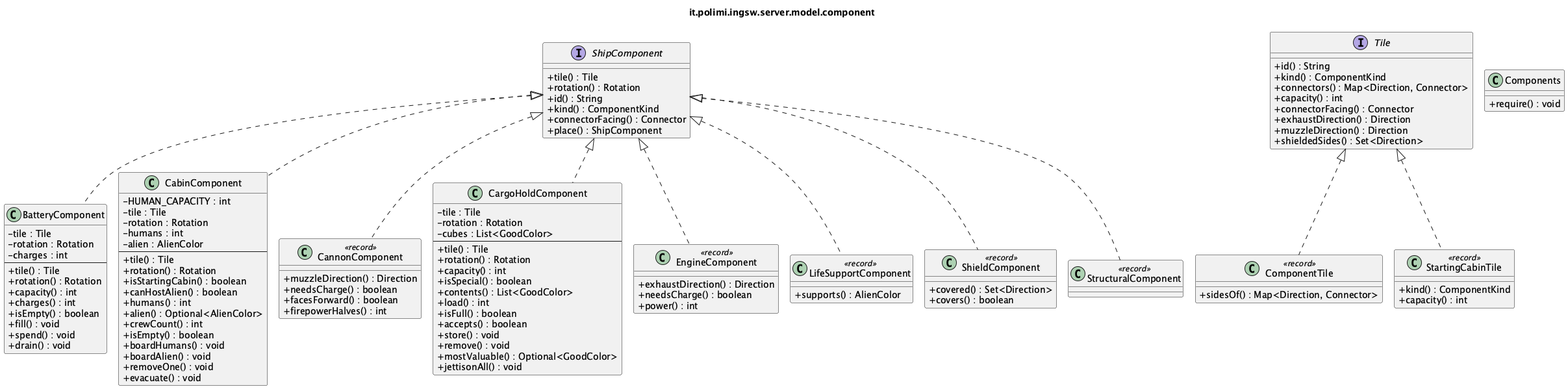
samuelesegrini/ing-sw-2025-segrini-terribile-varricchio-zanca keeps this PlantUML diagram as docs/uml/detailed/it_polimi_ingsw_server_model_component.png. Above is the earlier version. Source of this version:
```plantuml
@startuml it_polimi_ingsw_server_model_component
!pragma layout smetana
skinparam shadowing false
skinparam classAttributeIconSize 0
title it.polimi.ingsw.server.model.component

class BatteryComponent {
  -tile : Tile
  -rotation : Rotation
  -charges : int
  --
  +tile() : Tile
  +rotation() : Rotation
  +capacity() : int
  +charges() : int
  +isEmpty() : boolean
  +fill() : void
  +spend() : void
  +drain() : void
}
class CabinComponent {
  -HUMAN_CAPACITY : int
  -tile : Tile
  -rotation : Rotation
  -humans : int
  -alien : AlienColor
  --
  +tile() : Tile
  +rotation() : Rotation
  +isStartingCabin() : boolean
  +canHostAlien() : boolean
  +humans() : int
  +alien() : Optional<AlienColor>
  +crewCount() : int
  +isEmpty() : boolean
  +boardHumans() : void
  +boardAlien() : void
  +removeOne() : void
  +evacuate() : void
}
class CannonComponent <<record>> {
  +muzzleDirection() : Direction
  +needsCharge() : boolean
  +facesForward() : boolean
  +firepowerHalves() : int
}
class CargoHoldComponent {
  -tile : Tile
  -rotation : Rotation
  -cubes : List<GoodColor>
  --
  +tile() : Tile
  +rotation() : Rotation
  +capacity() : int
  +isSpecial() : boolean
  +contents() : List<GoodColor>
  +load() : int
  +isFull() : boolean
  +accepts() : boolean
  +store() : void
  +remove() : void
  +mostValuable() : Optional<GoodColor>
  +jettisonAll() : void
}
class ComponentTile <<record>> {
  +sidesOf() : Map<Direction, Connector>
}
class Components {
  +require() : void
}
class EngineComponent <<record>> {
  +exhaustDirection() : Direction
  +needsCharge() : boolean
  +power() : int
}
class LifeSupportComponent <<record>> {
  +supports() : AlienColor
}
class ShieldComponent <<record>> {
  +covered() : Set<Direction>
  +covers() : boolean
}
interface ShipComponent {
  +tile() : Tile
  +rotation() : Rotation
  +id() : String
  +kind() : ComponentKind
  +connectorFacing() : Connector
  +place() : ShipComponent
}
class StartingCabinTile <<record>> {
  +kind() : ComponentKind
  +capacity() : int
}
class StructuralComponent <<record>> {
}
interface Tile {
  +id() : String
  +kind() : ComponentKind
  +connectors() : Map<Direction, Connector>
  +capacity() : int
  +connectorFacing() : Connector
  +exhaustDirection() : Direction
  +muzzleDirection() : Direction
  +shieldedSides() : Set<Direction>
}

ShipComponent <|.. BatteryComponent
ShipComponent <|.. CabinComponent
ShipComponent <|.. CannonComponent
ShipComponent <|.. CargoHoldComponent
Tile <|.. ComponentTile
ShipComponent <|.. EngineComponent
ShipComponent <|.. LifeSupportComponent
ShipComponent <|.. ShieldComponent
Tile <|.. StartingCabinTile
ShipComponent <|.. StructuralComponent
@enduml
```
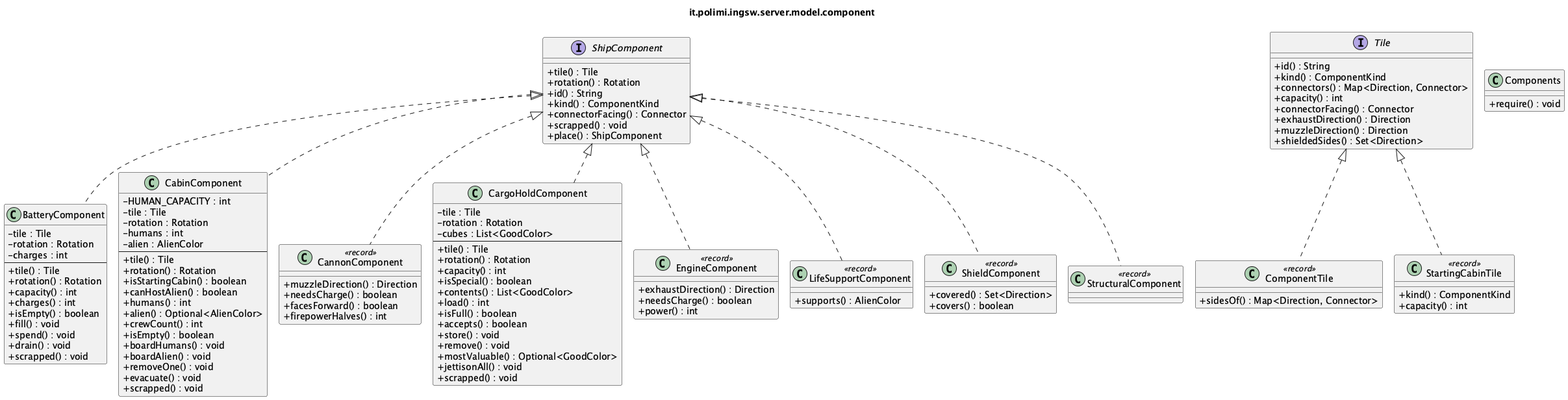
The same diagram one commit later.

Change to the diagram source:
```diff
@@ -17,6 +17,7 @@
   +fill() : void
   +spend() : void
   +drain() : void
+  +scrapped() : void
 }
 class CabinComponent {
   -HUMAN_CAPACITY : int
@@ -37,6 +38,7 @@
   +boardAlien() : void
   +removeOne() : void
   +evacuate() : void
+  +scrapped() : void
 }
 class CannonComponent <<record>> {
   +muzzleDirection() : Direction
@@ -61,6 +63,7 @@
   +remove() : void
   +mostValuable() : Optional<GoodColor>
   +jettisonAll() : void
+  +scrapped() : void
 }
 class ComponentTile <<record>> {
   +sidesOf() : Map<Direction, Connector>
@@ -86,6 +89,7 @@
   +id() : String
   +kind() : ComponentKind
   +connectorFacing() : Connector
+  +scrapped() : void
   +place() : ShipComponent
 }
 class StartingCabinTile <<record>> {
```
